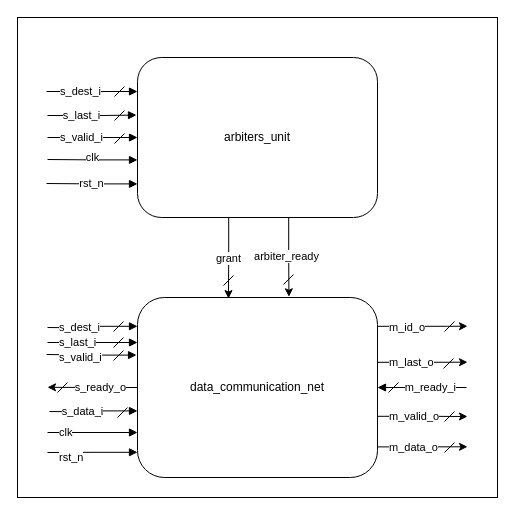
The draw.io diagram docs/source/main_schema.drawio in sorukohi/stream-crossbar, before the edit. Source tidied: cells renumbered, new cells numbered last; positions are measured from the earlier drawing's top-left corner, leaving out a move shared by most shapes. Both pictures are drawn from the tidied source at 100%, with x=0, y=0 at pixel (17, 17).
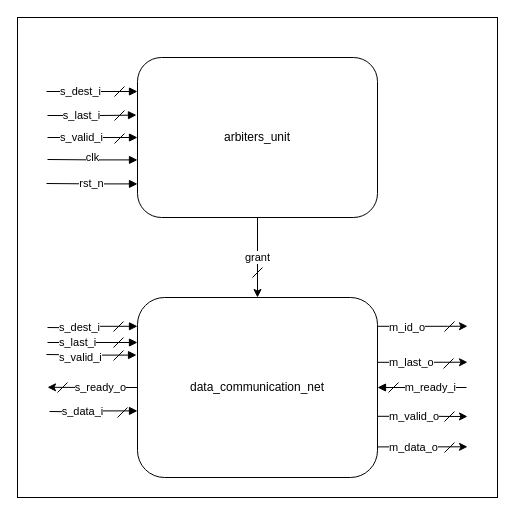
After the change.

The change refers to these unchanged cells:
```xml
<mxCell id="6" value="arbiters_unit" style="rounded=1;whiteSpace=wrap;html=1;points=[[0,0,0,0,0],[0,0.21,0,0,0],[0,0.36,0,0,0],[0,0.5,0,0,0],[0,0.64,0,0,0],[0,0.79,0,0,0],[0,1,0,0,0],[0.25,0,0,0,0],[0.25,1,0,0,0],[0.38,1,0,0,0],[0.5,0,0,0,0],[0.5,1,0,0,0],[0.63,1,0,0,0],[0.75,0,0,0,0],[0.75,1,0,0,0],[1,0,0,0,0],[1,0.25,0,0,0],[1,0.5,0,0,0],[1,0.75,0,0,0],[1,1,0,0,0]];" parent="1" vertex="1">
  <mxGeometry x="120" y="40" width="240" height="160" as="geometry" />
</mxCell>
<mxCell id="23" value="data_communication_net" style="rounded=1;whiteSpace=wrap;html=1;points=[[0,0,0,0,0],[0,0.16,0,0,0],[0,0.25,0,0,0],[0,0.39,0,0,0],[0,0.5,0,0,0],[0,0.63,0,0,0],[0,0.75,0,0,0],[0,0.86,0,0,0],[0,1,0,0,0],[0.25,0,0,0,0],[0.25,1,0,0,0],[0.38,1,0,0,0],[0.5,0,0,0,0],[0.5,1,0,0,0],[0.63,1,0,0,0],[0.75,0,0,0,0],[0.75,1,0,0,0],[1,0,0,0,0],[1,0.16,0,0,0],[1,0.36,0,0,0],[1,0.5,0,0,0],[1,0.66,0,0,0],[1,0.83,0,0,0],[1,1,0,0,0]];" parent="1" vertex="1">
  <mxGeometry x="120" y="280" width="240" height="180" as="geometry" />
</mxCell>
```

The edit, as a diff of the source:
```diff
@@
-    <mxCell id="4" value="arbiter_ready" style="edgeStyle=orthogonalEdgeStyle;rounded=0;jettySize=auto;html=1;exitX=0.63;exitY=1;exitDx=0;exitDy=0;exitPerimeter=0;entryX=0.631;entryY=-0.004;entryDx=0;entryDy=0;entryPerimeter=0;" parent="1" edge="1" source="6" target="23">
-      <mxGeometry y="-1" relative="1" as="geometry">
-        <mxPoint x="-1" y="-1" as="offset" />
-      </mxGeometry>
-    </mxCell>
-    <mxCell id="5" value="grant" style="edgeStyle=orthogonalEdgeStyle;rounded=0;jettySize=auto;html=1;exitX=0.38;exitY=1;exitDx=0;exitDy=0;exitPerimeter=0;entryX=0.379;entryY=0.006;entryDx=0;entryDy=0;entryPerimeter=0;" parent="1" edge="1" source="6" target="23">
+    <mxCell id="5" value="grant" style="edgeStyle=orthogonalEdgeStyle;rounded=0;jettySize=auto;html=1;exitX=0.5;exitY=1;exitDx=0;exitDy=0;exitPerimeter=0;entryX=0.5;entryY=0;entryDx=0;entryDy=0;entryPerimeter=0;" parent="1" edge="1" source="6" target="23">
       <mxGeometry relative="1" as="geometry" />
     </mxCell>
@@
-    <mxCell id="14" style="endArrow=none;html=1;rounded=0;" parent="1" edge="1">
-      <mxGeometry relative="1" as="geometry">
-        <mxPoint x="266" y="267" as="sourcePoint" />
-        <mxPoint x="276" y="257" as="targetPoint" />
-      </mxGeometry>
-    </mxCell>
     <mxCell id="15" style="endArrow=none;html=1;rounded=0;" parent="1" edge="1">
       <mxGeometry relative="1" as="geometry">
-        <mxPoint x="206" y="268" as="sourcePoint" />
-        <mxPoint x="216" y="258" as="targetPoint" />
+        <mxPoint x="235" y="260" as="sourcePoint" />
+        <mxPoint x="245" y="250" as="targetPoint" />
       </mxGeometry>
     </mxCell>
-    <mxCell id="16" value="clk" style="edgeStyle=orthogonalEdgeStyle;rounded=0;jettySize=auto;html=1;exitX=0;exitY=0.75;exitDx=0;exitDy=0;exitPerimeter=0;startArrow=block;startFill=1;endArrow=none;endFill=0;align=left;" parent="1" edge="1" source="23">
-      <mxGeometry x="0.78" relative="1" as="geometry">
-        <mxPoint x="30" y="415" as="targetPoint" />
-      </mxGeometry>
-    </mxCell>
-    <mxCell id="17" value="rst_n" style="edgeStyle=orthogonalEdgeStyle;rounded=0;jettySize=auto;html=1;exitX=0;exitY=0.86;exitDx=0;exitDy=0;exitPerimeter=0;startArrow=block;startFill=1;endArrow=none;endFill=0;align=left;" parent="1" edge="1" source="23">
-      <mxGeometry x="0.78" y="5" relative="1" as="geometry">
-        <mxPoint x="30" y="435" as="targetPoint" />
-      </mxGeometry>
-    </mxCell>
```
